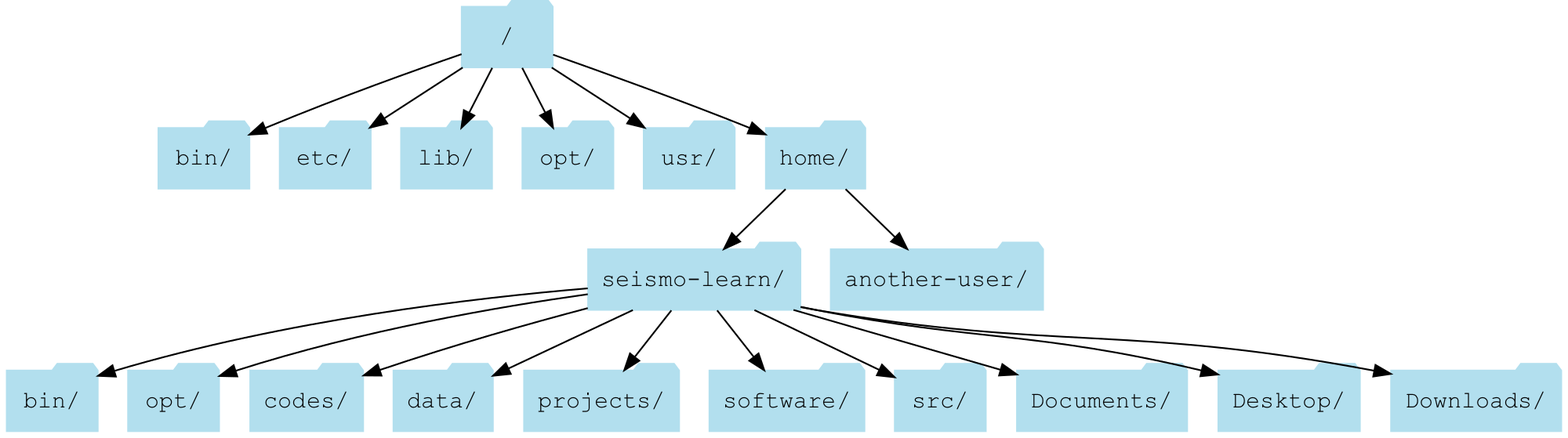
seismo-learn/seismology101 keeps this Graphviz diagram as source/computer/linux-file-system-tree.png. Above is the earlier version. Its source is kept beside it as source/computer/linux-file-system-tree.dot. Source of this version:
```dot
digraph UnixFileSystem {
    # global properties
    size="10,10";
    node [color=lightblue2, style=filled, shape=folder, fontname="Courier New"];
    # nodes
    "~/bin/" [label="bin/"];
    "~/opt/" [label="opt/"];
    # connections
    "/" -> "bin/";
    "/" -> "etc/"
    "/" -> "lib/";
    "/" -> "opt/";
    "/" -> "usr/";
    "/" -> "home/";
    "home/" -> "seismo-learn/";
    "home/" -> "another-user/";
    "seismo-learn/" -> "~/bin/";
    "seismo-learn/" -> "codes/";
    "seismo-learn/" -> "data/";
    "seismo-learn/" -> "~/opt/";
    "seismo-learn/" -> "projects/";
    "seismo-learn/" -> "software/";
    "seismo-learn/" -> "src/";
    "seismo-learn/" -> "Documents/";
    "seismo-learn/" -> "Desktop/";
    "seismo-learn/" -> "Downloads/";
}
```
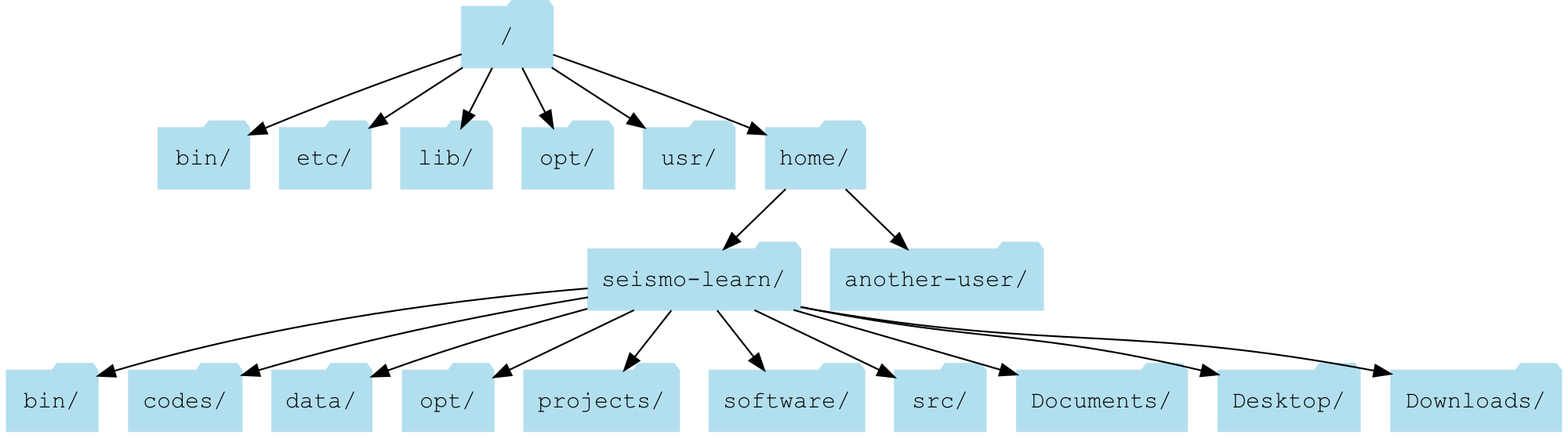
The same file after the commit.

Commit message:
Fix the order of opt

Change to the diagram source:
```diff
@@ -2,9 +2,6 @@
     # global properties
     size="10,10";
     node [color=lightblue2, style=filled, shape=folder, fontname="Courier New"];
-    # nodes
-    "~/bin/" [label="bin/"];
-    "~/opt/" [label="opt/"];
     # connections
     "/" -> "bin/";
     "/" -> "etc/"
@@ -15,9 +12,11 @@
     "home/" -> "seismo-learn/";
     "home/" -> "another-user/";
     "seismo-learn/" -> "~/bin/";
+    "~/bin/" [label="bin/"];
     "seismo-learn/" -> "codes/";
     "seismo-learn/" -> "data/";
     "seismo-learn/" -> "~/opt/";
+    "~/opt/" [label="opt/"];
     "seismo-learn/" -> "projects/";
     "seismo-learn/" -> "software/";
     "seismo-learn/" -> "src/";
```
